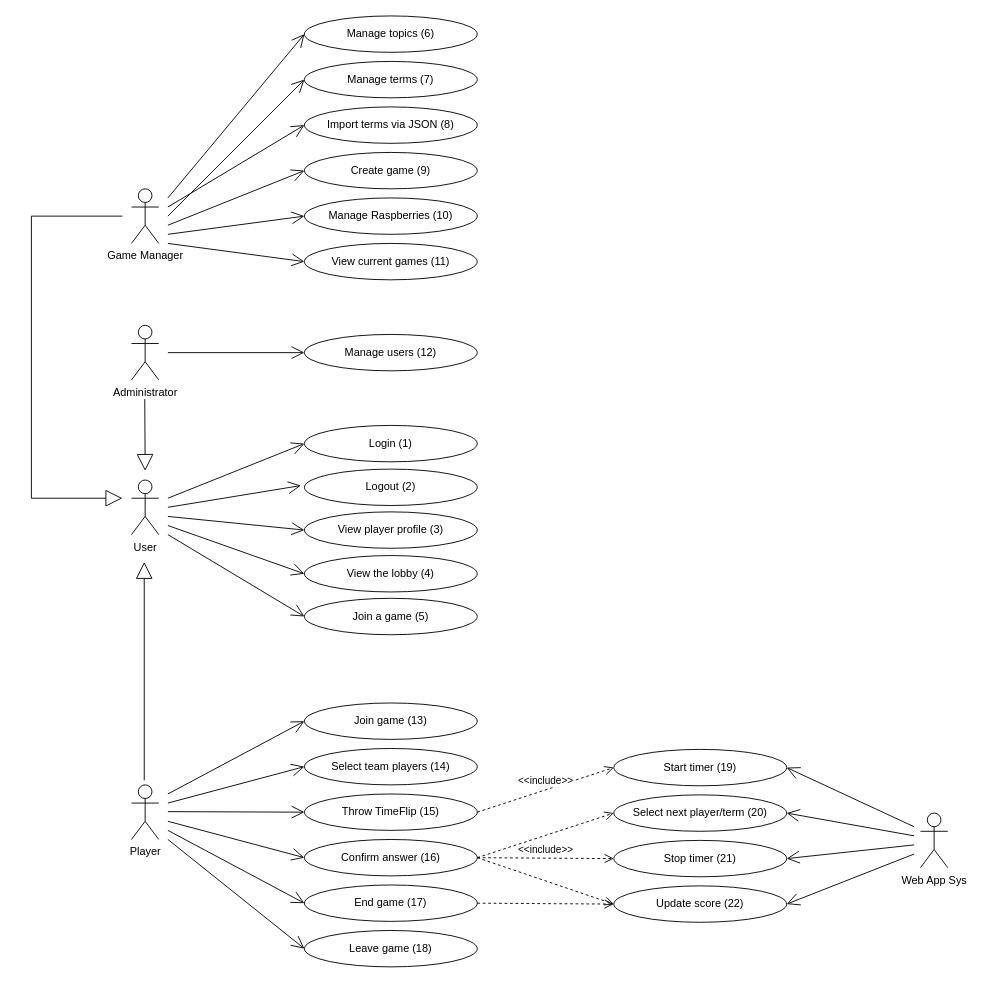
Above: documents/softwarekonzept/Use Cases/Use_cases.drawio in merasz/softwareEngineeringProject (draw.io), before the change. Source tidied: cells renumbered, new cells numbered last; positions are measured from the earlier drawing's top-left corner, leaving out a move shared by most shapes. Both pictures are drawn from the tidied source at 91%, with x=0, y=0 at pixel (31, 15).
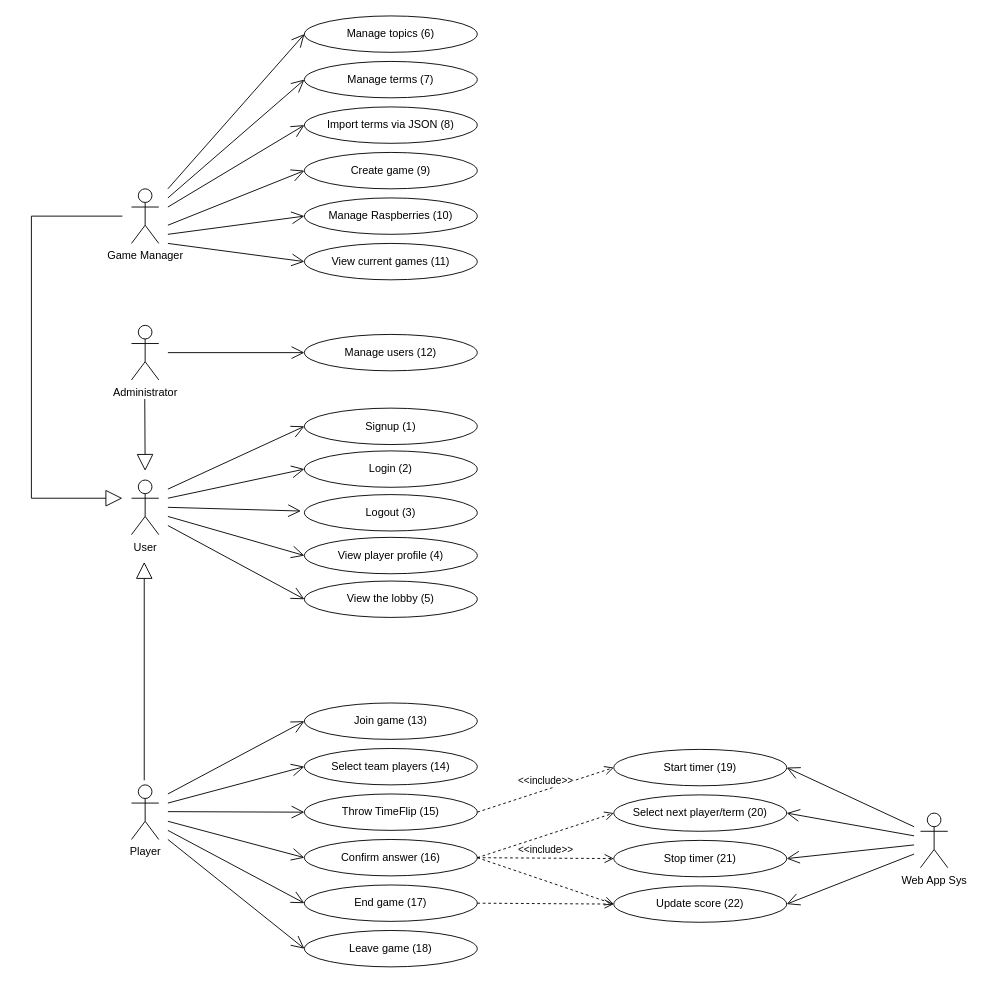
The same diagram, later.

Unchanged cells that the change refers to:
```xml
<mxCell id="8" value="Manage terms (7)" style="ellipse;whiteSpace=wrap;html=1;" parent="1" vertex="1">
  <mxGeometry x="300" y="50" width="190" height="40" as="geometry" />
</mxCell>
<mxCell id="44" value="Manage topics (6)" style="ellipse;whiteSpace=wrap;html=1;" parent="1" vertex="1">
  <mxGeometry x="300" width="190" height="40" as="geometry" />
</mxCell>
```

Change to the diagram source:
```diff
@@
-    <mxCell id="12" value="Login (1)" style="ellipse;whiteSpace=wrap;html=1;" parent="1" vertex="1">
-      <mxGeometry x="300" y="450" width="190" height="40" as="geometry" />
+    <mxCell id="12" value="Login (2)" style="ellipse;whiteSpace=wrap;html=1;" parent="1" vertex="1">
+      <mxGeometry x="300" y="478" width="190" height="40" as="geometry" />
     </mxCell>
-    <mxCell id="13" value="Logout (2)" style="ellipse;whiteSpace=wrap;html=1;" parent="1" vertex="1">
-      <mxGeometry x="300" y="498" width="190" height="40" as="geometry" />
+    <mxCell id="13" value="Logout (3)" style="ellipse;whiteSpace=wrap;html=1;" parent="1" vertex="1">
+      <mxGeometry x="300" y="526" width="190" height="40" as="geometry" />
     </mxCell>
@@
-    <mxCell id="15" value="View player profile (3)" style="ellipse;whiteSpace=wrap;html=1;" parent="1" vertex="1">
-      <mxGeometry x="300" y="545" width="190" height="40" as="geometry" />
+    <mxCell id="15" value="View player profile (4)" style="ellipse;whiteSpace=wrap;html=1;" parent="1" vertex="1">
+      <mxGeometry x="300" y="573" width="190" height="40" as="geometry" />
     </mxCell>
@@
     <mxCell id="26" style="endArrow=open;endFill=1;endSize=12;html=1;entryX=0;entryY=0.5;entryDx=0;entryDy=0;" parent="1" edge="1" target="8">
       <mxGeometry relative="1" as="geometry">
-        <mxPoint x="150" y="220" as="sourcePoint" />
+        <mxPoint x="150" y="200" as="sourcePoint" />
       </mxGeometry>
     </mxCell>
@@
-    <mxCell id="37" style="endArrow=open;endFill=1;endSize=12;html=1;entryX=0;entryY=0.5;entryDx=0;entryDy=0;" parent="1" edge="1" target="55">
-      <mxGeometry relative="1" as="geometry">
-        <mxPoint x="150" y="570" as="sourcePoint" />
-      </mxGeometry>
-    </mxCell>
@@
     <mxCell id="45" style="endArrow=open;endFill=1;endSize=12;html=1;entryX=0;entryY=0.5;entryDx=0;entryDy=0;" parent="1" edge="1" target="44">
       <mxGeometry relative="1" as="geometry">
-        <mxPoint x="150" y="200" as="sourcePoint" />
+        <mxPoint x="150" y="190" as="sourcePoint" />
       </mxGeometry>
     </mxCell>
@@
-    <mxCell id="55" value="Join a game (5)" style="ellipse;whiteSpace=wrap;html=1;" parent="1" vertex="1">
-      <mxGeometry x="300" y="640" width="190" height="40" as="geometry" />
-    </mxCell>
-    <mxCell id="56" value="View the lobby (4)" style="ellipse;whiteSpace=wrap;html=1;" parent="1" vertex="1">
-      <mxGeometry x="300" y="593" width="190" height="40" as="geometry" />
+    <mxCell id="56" value="View the lobby (5)" style="ellipse;whiteSpace=wrap;html=1;" parent="1" vertex="1">
+      <mxGeometry x="300" y="621" width="190" height="40" as="geometry" />
     </mxCell>
@@
+    <mxCell id="61" value="Signup (1)" style="ellipse;whiteSpace=wrap;html=1;" parent="1" vertex="1">
+      <mxGeometry x="300" y="431" width="190" height="40" as="geometry" />
+    </mxCell>
+    <mxCell id="62" style="endArrow=open;endFill=1;endSize=12;html=1;entryX=0;entryY=0.5;entryDx=0;entryDy=0;" parent="1" edge="1" target="61">
+      <mxGeometry relative="1" as="geometry">
+        <mxPoint x="150" y="520" as="sourcePoint" />
+      </mxGeometry>
+    </mxCell>
```
